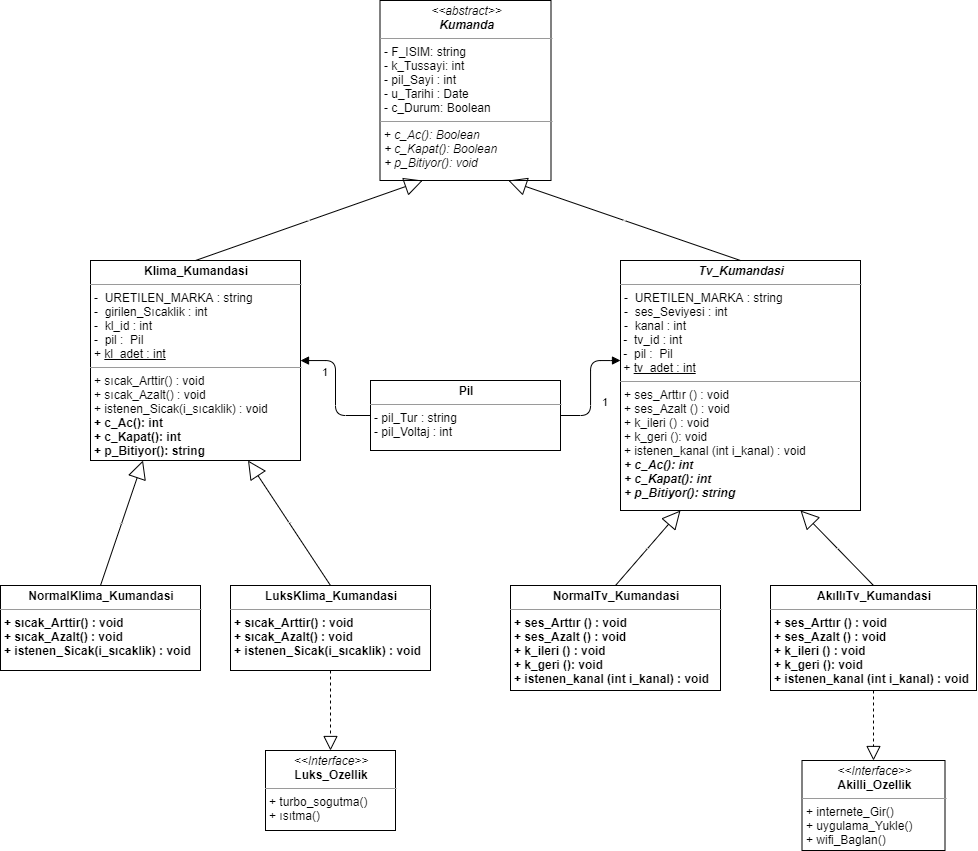
kocakmert/Class_Mobil keeps this draw.io diagram as UML_diagram.png. Above is the earlier version. Source tidied: cells renumbered, new cells last; positions are measured from the earlier drawing's top-left corner, leaving out a move shared by most shapes. Its diagram source:
```xml
<mxGraphModel>
  <root>
    <mxCell id="0" />
    <mxCell id="1" parent="0" />
    <mxCell id="2" value="&lt;p style=&quot;margin: 0px ; margin-top: 4px ; text-align: center&quot;&gt;&lt;i&gt;&amp;lt;&amp;lt;abstract&amp;gt;&amp;gt;&lt;/i&gt;&lt;br&gt;&lt;span style=&quot;font-style: italic ; font-weight: 700&quot;&gt;Kumanda&lt;/span&gt;&lt;br&gt;&lt;/p&gt;&lt;hr size=&quot;1&quot;&gt;&lt;p style=&quot;margin: 0px ; margin-left: 4px&quot;&gt;- F_ISIM: string&amp;nbsp;&lt;/p&gt;&lt;p style=&quot;margin: 0px ; margin-left: 4px&quot;&gt;- k_Tussayi: int&lt;/p&gt;&lt;p style=&quot;margin: 0px ; margin-left: 4px&quot;&gt;- pil_Sayi : int&lt;/p&gt;&lt;p style=&quot;margin: 0px ; margin-left: 4px&quot;&gt;- u_Tarihi : Date&lt;/p&gt;&lt;p style=&quot;margin: 0px ; margin-left: 4px&quot;&gt;- c_Durum: Boolean&lt;/p&gt;&lt;hr size=&quot;1&quot;&gt;&lt;p style=&quot;margin: 0px ; margin-left: 4px&quot;&gt;+ &lt;i&gt;c_Ac(): Boolean&lt;br&gt;+ c_Kapat(): Boolean&lt;/i&gt;&lt;/p&gt;&lt;p style=&quot;margin: 0px ; margin-left: 4px&quot;&gt;&lt;i&gt;+ p_Bitiyor(): void&lt;/i&gt;&lt;/p&gt;" style="verticalAlign=top;align=left;overflow=fill;fontSize=12;fontFamily=Helvetica;html=1;" parent="1" vertex="1">
      <mxGeometry x="379.5" width="171" height="180" as="geometry" />
    </mxCell>
    <mxCell id="3" value="&lt;p style=&quot;margin: 0px ; margin-top: 4px ; text-align: center&quot;&gt;&lt;i&gt;&lt;b&gt;Tv_Kumandasi&lt;/b&gt;&lt;/i&gt;&lt;/p&gt;&lt;hr size=&quot;1&quot;&gt;&lt;p style=&quot;margin: 0px ; margin-left: 4px&quot;&gt;-&amp;nbsp; URETILEN_MARKA : string&lt;/p&gt;&lt;p style=&quot;margin: 0px ; margin-left: 4px&quot;&gt;-&amp;nbsp; ses_Seviyesi : int&lt;/p&gt;&lt;p style=&quot;margin: 0px ; margin-left: 4px&quot;&gt;-&amp;nbsp; kanal : int&lt;/p&gt;&amp;nbsp;-&amp;nbsp; tv_id : int&lt;br&gt;&amp;nbsp;-&amp;nbsp; pil :&amp;nbsp; Pil&lt;br&gt;&amp;nbsp;+ &lt;u&gt;tv_adet : int&lt;br&gt;&lt;/u&gt;&lt;hr size=&quot;1&quot;&gt;&lt;p style=&quot;margin: 0px ; margin-left: 4px&quot;&gt;+ ses_Arttır () : void&lt;br&gt;+ ses_Azalt () : void&lt;/p&gt;&lt;p style=&quot;margin: 0px ; margin-left: 4px&quot;&gt;+ k_ileri () : void&lt;/p&gt;&lt;p style=&quot;margin: 0px ; margin-left: 4px&quot;&gt;+ k_geri (): void&lt;/p&gt;&lt;p style=&quot;margin: 0px ; margin-left: 4px&quot;&gt;+ istenen_kanal (int i_kanal) : void&lt;/p&gt;&lt;p style=&quot;margin: 0px ; margin-left: 4px&quot;&gt;&lt;i&gt;&lt;b&gt;+ c_Ac(): int&lt;/b&gt;&lt;br&gt;&lt;/i&gt;&lt;/p&gt;&lt;p style=&quot;margin: 0px 0px 0px 4px&quot;&gt;&lt;b&gt;&lt;i&gt;+ c_Kapat(): int&lt;/i&gt;&lt;/b&gt;&lt;/p&gt;&lt;p style=&quot;margin: 0px 0px 0px 4px&quot;&gt;&lt;b&gt;&lt;i&gt;+ p_Bitiyor(): string&lt;/i&gt;&lt;/b&gt;&lt;/p&gt;&lt;p style=&quot;margin: 0px ; margin-left: 4px&quot;&gt;&lt;br&gt;&lt;/p&gt;" style="verticalAlign=top;align=left;overflow=fill;fontSize=12;fontFamily=Helvetica;html=1;" parent="1" vertex="1">
      <mxGeometry x="620" y="260" width="240" height="250" as="geometry" />
    </mxCell>
    <mxCell id="4" value="&lt;p style=&quot;margin: 0px ; margin-top: 4px ; text-align: center&quot;&gt;&lt;b&gt;Klima_Kumandasi&lt;/b&gt;&lt;br&gt;&lt;/p&gt;&lt;hr size=&quot;1&quot;&gt;&lt;p style=&quot;margin: 0px 0px 0px 4px&quot;&gt;-&amp;nbsp; URETILEN_MARKA : string&lt;/p&gt;&lt;p style=&quot;margin: 0px ; margin-left: 4px&quot;&gt;-&amp;nbsp; girilen_Sıcaklik : int&lt;/p&gt;&lt;p style=&quot;margin: 0px ; margin-left: 4px&quot;&gt;-&amp;nbsp; kl_id : int&lt;/p&gt;&lt;p style=&quot;margin: 0px ; margin-left: 4px&quot;&gt;-&amp;nbsp; pil :&amp;nbsp; Pil&lt;br&gt;&lt;/p&gt;&lt;p style=&quot;margin: 0px ; margin-left: 4px&quot;&gt;+&amp;nbsp;&lt;u&gt;kl_adet : int&lt;/u&gt;&lt;/p&gt;&lt;hr size=&quot;1&quot;&gt;&lt;p style=&quot;margin: 0px ; margin-left: 4px&quot;&gt;+ sıcak_Arttir() : void&lt;br&gt;+ sıcak_Azalt() : void&lt;/p&gt;&lt;p style=&quot;margin: 0px ; margin-left: 4px&quot;&gt;+ istenen_Sicak(i_sıcaklik) : void&lt;/p&gt;&lt;p style=&quot;margin: 0px 0px 0px 4px&quot;&gt;&lt;b&gt;+ c_Ac(): int&lt;br&gt;+ c_Kapat(): int&lt;/b&gt;&lt;/p&gt;&lt;p style=&quot;margin: 0px 0px 0px 4px&quot;&gt;&lt;b&gt;+ p_Bitiyor(): string&lt;/b&gt;&lt;/p&gt;" style="verticalAlign=top;align=left;overflow=fill;fontSize=12;fontFamily=Helvetica;html=1;" parent="1" vertex="1">
      <mxGeometry x="90" y="260" width="210" height="200" as="geometry" />
    </mxCell>
    <mxCell id="5" value="&lt;p style=&quot;margin: 0px ; margin-top: 4px ; text-align: center&quot;&gt;&lt;b&gt;Pil&lt;/b&gt;&lt;/p&gt;&lt;hr size=&quot;1&quot;&gt;&lt;p style=&quot;margin: 0px ; margin-left: 4px&quot;&gt;- pil_Tur : string&lt;br&gt;&lt;/p&gt;&lt;p style=&quot;margin: 0px ; margin-left: 4px&quot;&gt;- pil_Voltaj : int&lt;/p&gt;&lt;p style=&quot;margin: 0px ; margin-left: 4px&quot;&gt;&lt;br&gt;&lt;/p&gt;" style="verticalAlign=top;align=left;overflow=fill;fontSize=12;fontFamily=Helvetica;html=1;" parent="1" vertex="1">
      <mxGeometry x="370" y="380" width="190" height="70" as="geometry" />
    </mxCell>
    <mxCell id="6" value="&lt;p style=&quot;margin: 0px ; margin-top: 4px ; text-align: center&quot;&gt;&lt;i&gt;&amp;lt;&amp;lt;Interface&amp;gt;&amp;gt;&lt;/i&gt;&lt;br&gt;&lt;b&gt;Akilli_Ozellik&lt;/b&gt;&lt;/p&gt;&lt;hr size=&quot;1&quot;&gt;&lt;p style=&quot;margin: 0px ; margin-left: 4px&quot;&gt;+ internete_Gir()&lt;br&gt;+ uygulama_Yukle()&lt;/p&gt;&lt;p style=&quot;margin: 0px ; margin-left: 4px&quot;&gt;+ wifi_Baglan()&lt;/p&gt;" style="verticalAlign=top;align=left;overflow=fill;fontSize=12;fontFamily=Helvetica;html=1;" parent="1" vertex="1">
      <mxGeometry x="801.5" y="760" width="143" height="90" as="geometry" />
    </mxCell>
    <mxCell id="7" value="&lt;p style=&quot;margin: 0px ; margin-top: 4px ; text-align: center&quot;&gt;&lt;i&gt;&amp;lt;&amp;lt;Interface&amp;gt;&amp;gt;&lt;/i&gt;&lt;br&gt;&lt;b&gt;Luks_Ozellik&lt;/b&gt;&lt;/p&gt;&lt;hr size=&quot;1&quot;&gt;&lt;p style=&quot;margin: 0px ; margin-left: 4px&quot;&gt;+ turbo_sogutma()&lt;br&gt;+ ısıtma()&lt;/p&gt;" style="verticalAlign=top;align=left;overflow=fill;fontSize=12;fontFamily=Helvetica;html=1;" parent="1" vertex="1">
      <mxGeometry x="265" y="750" width="130" height="80" as="geometry" />
    </mxCell>
    <mxCell id="8" value="Extends" style="endArrow=block;endSize=16;endFill=0;html=1;fontSize=1;exitX=0.5;exitY=0;exitDx=0;exitDy=0;entryX=0.25;entryY=1;entryDx=0;entryDy=0;" parent="1" edge="1" source="4" target="2">
      <mxGeometry relative="1" as="geometry" />
    </mxCell>
    <mxCell id="9" value="Extends" style="endArrow=block;endSize=16;endFill=0;html=1;fontSize=1;exitX=0.5;exitY=0;exitDx=0;exitDy=0;entryX=0.75;entryY=1;entryDx=0;entryDy=0;" parent="1" edge="1" source="3" target="2">
      <mxGeometry relative="1" as="geometry" />
    </mxCell>
    <mxCell id="10" style="endArrow=block;dashed=1;endFill=0;endSize=12;html=1;fontSize=1;entryX=0.5;entryY=0;entryDx=0;entryDy=0;exitX=0.5;exitY=1;exitDx=0;exitDy=0;" parent="1" edge="1" source="17" target="6">
      <mxGeometry relative="1" as="geometry" />
    </mxCell>
    <mxCell id="11" style="endArrow=block;dashed=1;endFill=0;endSize=12;html=1;fontSize=1;entryX=0.5;entryY=0;entryDx=0;entryDy=0;exitX=0.5;exitY=1;exitDx=0;exitDy=0;" parent="1" edge="1" source="21" target="7">
      <mxGeometry relative="1" as="geometry" />
    </mxCell>
    <mxCell id="12" value="&lt;br&gt;" style="endArrow=block;endFill=1;html=1;edgeStyle=orthogonalEdgeStyle;align=left;verticalAlign=top;exitX=1;exitY=0.5;exitDx=0;exitDy=0;" parent="1" edge="1" source="5">
      <mxGeometry x="-1" relative="1" as="geometry">
        <mxPoint x="620" y="360" as="targetPoint" />
        <Array as="points">
          <mxPoint x="590" y="415" />
          <mxPoint x="590" y="360" />
          <mxPoint x="620" y="360" />
        </Array>
      </mxGeometry>
    </mxCell>
    <mxCell id="13" value="1" style="edgeLabel;html=1;align=left;verticalAlign=bottom;" parent="12" vertex="1">
      <mxGeometry x="-1" relative="1" as="geometry">
        <mxPoint x="40" y="-5" as="offset" />
      </mxGeometry>
    </mxCell>
    <mxCell id="14" value="&lt;br&gt;" style="endArrow=block;endFill=1;html=1;edgeStyle=orthogonalEdgeStyle;align=left;verticalAlign=top;exitX=0;exitY=0.5;exitDx=0;exitDy=0;" parent="1" edge="1" source="5" target="4">
      <mxGeometry x="-1" relative="1" as="geometry" />
    </mxCell>
    <mxCell id="15" value="1" style="edgeLabel;html=1;align=left;verticalAlign=bottom;" parent="14" vertex="1">
      <mxGeometry x="-1" relative="1" as="geometry">
        <mxPoint x="-50" y="-35" as="offset" />
      </mxGeometry>
    </mxCell>
    <mxCell id="16" value="&lt;p style=&quot;margin: 0px ; margin-top: 4px ; text-align: center&quot;&gt;&lt;b&gt;NormalTv_Kumandasi&lt;br&gt;&lt;/b&gt;&lt;/p&gt;&lt;hr size=&quot;1&quot;&gt;&lt;p style=&quot;margin: 0px ; margin-left: 4px&quot;&gt;&lt;/p&gt;&lt;p style=&quot;margin: 0px ; margin-left: 4px&quot;&gt;&lt;b&gt;+ ses_Arttır () : void&lt;br&gt;+ ses_Azalt () : void&lt;/b&gt;&lt;/p&gt;&lt;p style=&quot;margin: 0px ; margin-left: 4px&quot;&gt;&lt;b&gt;+ k_ileri () : void&lt;/b&gt;&lt;/p&gt;&lt;p style=&quot;margin: 0px ; margin-left: 4px&quot;&gt;&lt;b&gt;+ k_geri (): void&lt;/b&gt;&lt;/p&gt;&lt;p style=&quot;margin: 0px ; margin-left: 4px&quot;&gt;&lt;b&gt;+ istenen_kanal (int i_kanal) : void&lt;/b&gt;&lt;/p&gt;&lt;p style=&quot;margin: 0px ; margin-left: 4px&quot;&gt;&lt;br&gt;&lt;/p&gt;" style="verticalAlign=top;align=left;overflow=fill;fontSize=12;fontFamily=Helvetica;html=1;" parent="1" vertex="1">
      <mxGeometry x="510" y="585" width="210" height="105" as="geometry" />
    </mxCell>
    <mxCell id="17" value="&lt;p style=&quot;margin: 0px ; margin-top: 4px ; text-align: center&quot;&gt;&lt;b&gt;AkıllıTv_Kumandasi&lt;/b&gt;&lt;br&gt;&lt;/p&gt;&lt;hr size=&quot;1&quot;&gt;&lt;p style=&quot;margin: 0px ; margin-left: 4px&quot;&gt;&lt;/p&gt;&lt;p style=&quot;margin: 0px ; margin-left: 4px&quot;&gt;&lt;b&gt;+ ses_Arttır () : void&lt;br&gt;+ ses_Azalt () : void&lt;/b&gt;&lt;/p&gt;&lt;p style=&quot;margin: 0px ; margin-left: 4px&quot;&gt;&lt;b&gt;+ k_ileri () : void&lt;/b&gt;&lt;/p&gt;&lt;p style=&quot;margin: 0px ; margin-left: 4px&quot;&gt;&lt;b&gt;+ k_geri (): void&lt;/b&gt;&lt;/p&gt;&lt;p style=&quot;margin: 0px ; margin-left: 4px&quot;&gt;&lt;b&gt;+ istenen_kanal (int i_kanal) : void&lt;/b&gt;&lt;/p&gt;&lt;p style=&quot;margin: 0px ; margin-left: 4px&quot;&gt;&lt;br&gt;&lt;/p&gt;&lt;p style=&quot;margin: 0px ; margin-left: 4px&quot;&gt;&lt;br&gt;&lt;/p&gt;" style="verticalAlign=top;align=left;overflow=fill;fontSize=12;fontFamily=Helvetica;html=1;" parent="1" vertex="1">
      <mxGeometry x="770" y="585" width="206" height="105" as="geometry" />
    </mxCell>
    <mxCell id="18" value="Extends" style="endArrow=block;endSize=16;endFill=0;html=1;fontSize=1;exitX=0.5;exitY=0;exitDx=0;exitDy=0;entryX=0.75;entryY=1;entryDx=0;entryDy=0;" parent="1" edge="1" source="17" target="3">
      <mxGeometry relative="1" as="geometry" />
    </mxCell>
    <mxCell id="19" value="Extends" style="endArrow=block;endSize=16;endFill=0;html=1;fontSize=1;exitX=0.5;exitY=0;exitDx=0;exitDy=0;entryX=0.25;entryY=1;entryDx=0;entryDy=0;" parent="1" edge="1" source="16" target="3">
      <mxGeometry relative="1" as="geometry" />
    </mxCell>
    <mxCell id="20" value="&lt;p style=&quot;margin: 0px ; margin-top: 4px ; text-align: center&quot;&gt;&lt;b&gt;NormalKlima_Kumandasi&lt;/b&gt;&lt;br&gt;&lt;/p&gt;&lt;hr size=&quot;1&quot;&gt;&lt;p style=&quot;margin: 0px 0px 0px 4px&quot;&gt;&lt;/p&gt;&lt;p style=&quot;margin: 0px ; margin-left: 4px&quot;&gt;&lt;b&gt;+ sıcak_Arttir() : void&lt;br&gt;+ sıcak_Azalt() : void&lt;/b&gt;&lt;/p&gt;&lt;p style=&quot;margin: 0px ; margin-left: 4px&quot;&gt;&lt;b&gt;+ istenen_Sicak(i_sıcaklik) : void&lt;/b&gt;&lt;/p&gt;" style="verticalAlign=top;align=left;overflow=fill;fontSize=12;fontFamily=Helvetica;html=1;" parent="1" vertex="1">
      <mxGeometry y="585" width="200" height="85" as="geometry" />
    </mxCell>
    <mxCell id="21" value="&lt;p style=&quot;margin: 0px ; margin-top: 4px ; text-align: center&quot;&gt;&lt;b&gt;LuksKlima_Kumandasi&lt;/b&gt;&lt;br&gt;&lt;/p&gt;&lt;hr size=&quot;1&quot;&gt;&lt;p style=&quot;margin: 0px 0px 0px 4px&quot;&gt;&lt;/p&gt;&lt;p style=&quot;margin: 0px ; margin-left: 4px&quot;&gt;&lt;b&gt;+ sıcak_Arttir() : void&lt;br&gt;+ sıcak_Azalt() : void&lt;/b&gt;&lt;/p&gt;&lt;p style=&quot;margin: 0px ; margin-left: 4px&quot;&gt;&lt;b&gt;+ istenen_Sicak(i_sıcaklik) : void&lt;/b&gt;&lt;/p&gt;&lt;p style=&quot;margin: 0px 0px 0px 4px&quot;&gt;&lt;br&gt;&lt;/p&gt;" style="verticalAlign=top;align=left;overflow=fill;fontSize=12;fontFamily=Helvetica;html=1;" parent="1" vertex="1">
      <mxGeometry x="230" y="585" width="200" height="85" as="geometry" />
    </mxCell>
    <mxCell id="22" value="Extends" style="endArrow=block;endSize=16;endFill=0;html=1;fontSize=1;exitX=0.5;exitY=0;exitDx=0;exitDy=0;entryX=0.25;entryY=1;entryDx=0;entryDy=0;" parent="1" edge="1" source="20" target="4">
      <mxGeometry relative="1" as="geometry" />
    </mxCell>
    <mxCell id="23" value="Extends" style="endArrow=block;endSize=16;endFill=0;html=1;fontSize=1;exitX=0.5;exitY=0;exitDx=0;exitDy=0;entryX=0.75;entryY=1;entryDx=0;entryDy=0;" parent="1" edge="1" source="21" target="4">
      <mxGeometry relative="1" as="geometry" />
    </mxCell>
  </root>
</mxGraphModel>
```
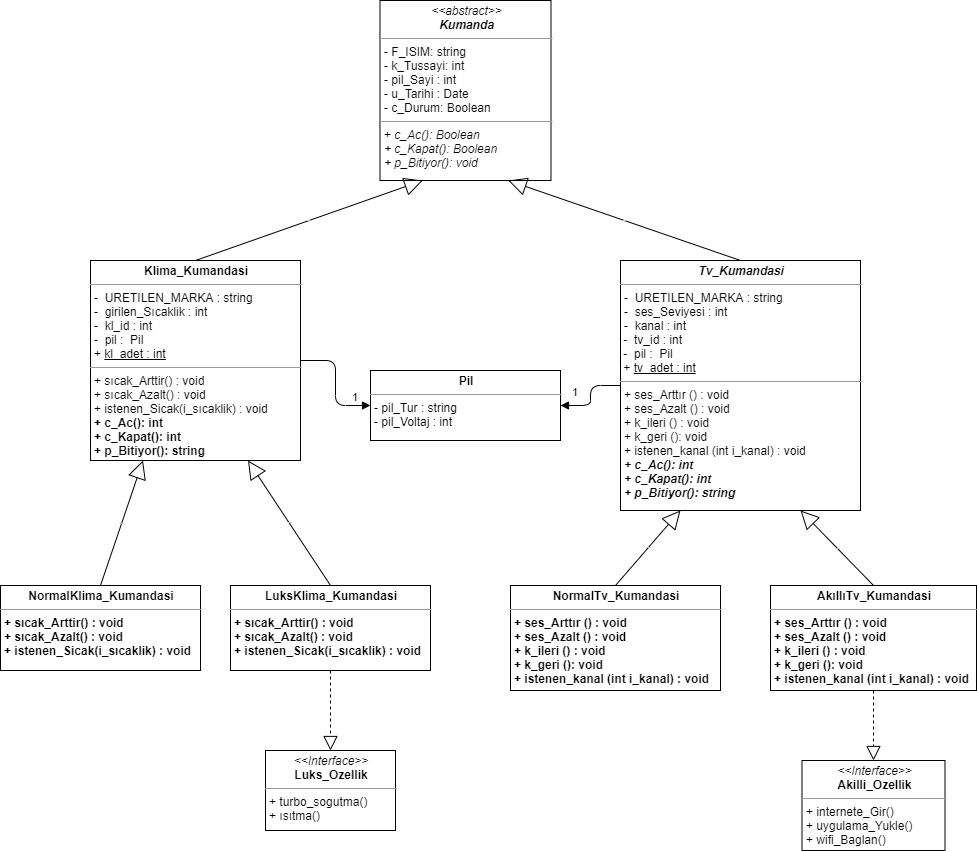
After the commit.

Change to the diagram source:
```diff
@@ -12,7 +12,7 @@
       <mxGeometry x="90" y="260" width="210" height="200" as="geometry" />
     </mxCell>
     <mxCell id="5" value="&lt;p style=&quot;margin: 0px ; margin-top: 4px ; text-align: center&quot;&gt;&lt;b&gt;Pil&lt;/b&gt;&lt;/p&gt;&lt;hr size=&quot;1&quot;&gt;&lt;p style=&quot;margin: 0px ; margin-left: 4px&quot;&gt;- pil_Tur : string&lt;br&gt;&lt;/p&gt;&lt;p style=&quot;margin: 0px ; margin-left: 4px&quot;&gt;- pil_Voltaj : int&lt;/p&gt;&lt;p style=&quot;margin: 0px ; margin-left: 4px&quot;&gt;&lt;br&gt;&lt;/p&gt;" style="verticalAlign=top;align=left;overflow=fill;fontSize=12;fontFamily=Helvetica;html=1;" parent="1" vertex="1">
-      <mxGeometry x="370" y="380" width="190" height="70" as="geometry" />
+      <mxGeometry x="370" y="370" width="190" height="70" as="geometry" />
     </mxCell>
     <mxCell id="6" value="&lt;p style=&quot;margin: 0px ; margin-top: 4px ; text-align: center&quot;&gt;&lt;i&gt;&amp;lt;&amp;lt;Interface&amp;gt;&amp;gt;&lt;/i&gt;&lt;br&gt;&lt;b&gt;Akilli_Ozellik&lt;/b&gt;&lt;/p&gt;&lt;hr size=&quot;1&quot;&gt;&lt;p style=&quot;margin: 0px ; margin-left: 4px&quot;&gt;+ internete_Gir()&lt;br&gt;+ uygulama_Yukle()&lt;/p&gt;&lt;p style=&quot;margin: 0px ; margin-left: 4px&quot;&gt;+ wifi_Baglan()&lt;/p&gt;" style="verticalAlign=top;align=left;overflow=fill;fontSize=12;fontFamily=Helvetica;html=1;" parent="1" vertex="1">
       <mxGeometry x="801.5" y="760" width="143" height="90" as="geometry" />
@@ -32,29 +32,6 @@
     <mxCell id="11" style="endArrow=block;dashed=1;endFill=0;endSize=12;html=1;fontSize=1;entryX=0.5;entryY=0;entryDx=0;entryDy=0;exitX=0.5;exitY=1;exitDx=0;exitDy=0;" parent="1" edge="1" source="21" target="7">
       <mxGeometry relative="1" as="geometry" />
     </mxCell>
-    <mxCell id="12" value="&lt;br&gt;" style="endArrow=block;endFill=1;html=1;edgeStyle=orthogonalEdgeStyle;align=left;verticalAlign=top;exitX=1;exitY=0.5;exitDx=0;exitDy=0;" parent="1" edge="1" source="5">
-      <mxGeometry x="-1" relative="1" as="geometry">
-        <mxPoint x="620" y="360" as="targetPoint" />
-        <Array as="points">
-          <mxPoint x="590" y="415" />
-          <mxPoint x="590" y="360" />
-          <mxPoint x="620" y="360" />
-        </Array>
-      </mxGeometry>
-    </mxCell>
-    <mxCell id="13" value="1" style="edgeLabel;html=1;align=left;verticalAlign=bottom;" parent="12" vertex="1">
-      <mxGeometry x="-1" relative="1" as="geometry">
-        <mxPoint x="40" y="-5" as="offset" />
-      </mxGeometry>
-    </mxCell>
-    <mxCell id="14" value="&lt;br&gt;" style="endArrow=block;endFill=1;html=1;edgeStyle=orthogonalEdgeStyle;align=left;verticalAlign=top;exitX=0;exitY=0.5;exitDx=0;exitDy=0;" parent="1" edge="1" source="5" target="4">
-      <mxGeometry x="-1" relative="1" as="geometry" />
-    </mxCell>
-    <mxCell id="15" value="1" style="edgeLabel;html=1;align=left;verticalAlign=bottom;" parent="14" vertex="1">
-      <mxGeometry x="-1" relative="1" as="geometry">
-        <mxPoint x="-50" y="-35" as="offset" />
-      </mxGeometry>
-    </mxCell>
     <mxCell id="16" value="&lt;p style=&quot;margin: 0px ; margin-top: 4px ; text-align: center&quot;&gt;&lt;b&gt;NormalTv_Kumandasi&lt;br&gt;&lt;/b&gt;&lt;/p&gt;&lt;hr size=&quot;1&quot;&gt;&lt;p style=&quot;margin: 0px ; margin-left: 4px&quot;&gt;&lt;/p&gt;&lt;p style=&quot;margin: 0px ; margin-left: 4px&quot;&gt;&lt;b&gt;+ ses_Arttır () : void&lt;br&gt;+ ses_Azalt () : void&lt;/b&gt;&lt;/p&gt;&lt;p style=&quot;margin: 0px ; margin-left: 4px&quot;&gt;&lt;b&gt;+ k_ileri () : void&lt;/b&gt;&lt;/p&gt;&lt;p style=&quot;margin: 0px ; margin-left: 4px&quot;&gt;&lt;b&gt;+ k_geri (): void&lt;/b&gt;&lt;/p&gt;&lt;p style=&quot;margin: 0px ; margin-left: 4px&quot;&gt;&lt;b&gt;+ istenen_kanal (int i_kanal) : void&lt;/b&gt;&lt;/p&gt;&lt;p style=&quot;margin: 0px ; margin-left: 4px&quot;&gt;&lt;br&gt;&lt;/p&gt;" style="verticalAlign=top;align=left;overflow=fill;fontSize=12;fontFamily=Helvetica;html=1;" parent="1" vertex="1">
       <mxGeometry x="510" y="585" width="210" height="105" as="geometry" />
     </mxCell>
@@ -79,5 +56,21 @@
     <mxCell id="23" value="Extends" style="endArrow=block;endSize=16;endFill=0;html=1;fontSize=1;exitX=0.5;exitY=0;exitDx=0;exitDy=0;entryX=0.75;entryY=1;entryDx=0;entryDy=0;" parent="1" edge="1" source="21" target="4">
       <mxGeometry relative="1" as="geometry" />
     </mxCell>
+    <mxCell id="24" style="endArrow=block;endFill=1;html=1;edgeStyle=orthogonalEdgeStyle;align=left;verticalAlign=top;exitX=1;exitY=0.5;exitDx=0;exitDy=0;entryX=0;entryY=0.5;entryDx=0;entryDy=0;" parent="1" edge="1" source="4" target="5">
+      <mxGeometry x="-1" relative="1" as="geometry" />
+    </mxCell>
+    <mxCell id="25" value="1" style="edgeLabel;html=1;align=left;verticalAlign=bottom;" parent="24" vertex="1">
+      <mxGeometry x="-1" relative="1" as="geometry">
+        <mxPoint x="50" y="45" as="offset" />
+      </mxGeometry>
+    </mxCell>
+    <mxCell id="26" style="endArrow=block;endFill=1;html=1;edgeStyle=orthogonalEdgeStyle;align=left;verticalAlign=top;entryX=1;entryY=0.5;entryDx=0;entryDy=0;" parent="1" edge="1" source="3" target="5">
+      <mxGeometry x="-1" relative="1" as="geometry" />
+    </mxCell>
+    <mxCell id="27" value="1" style="edgeLabel;html=1;align=left;verticalAlign=bottom;" parent="26" vertex="1">
+      <mxGeometry x="-1" relative="1" as="geometry">
+        <mxPoint x="-50" y="15" as="offset" />
+      </mxGeometry>
+    </mxCell>
   </root>
 </mxGraphModel>
```
